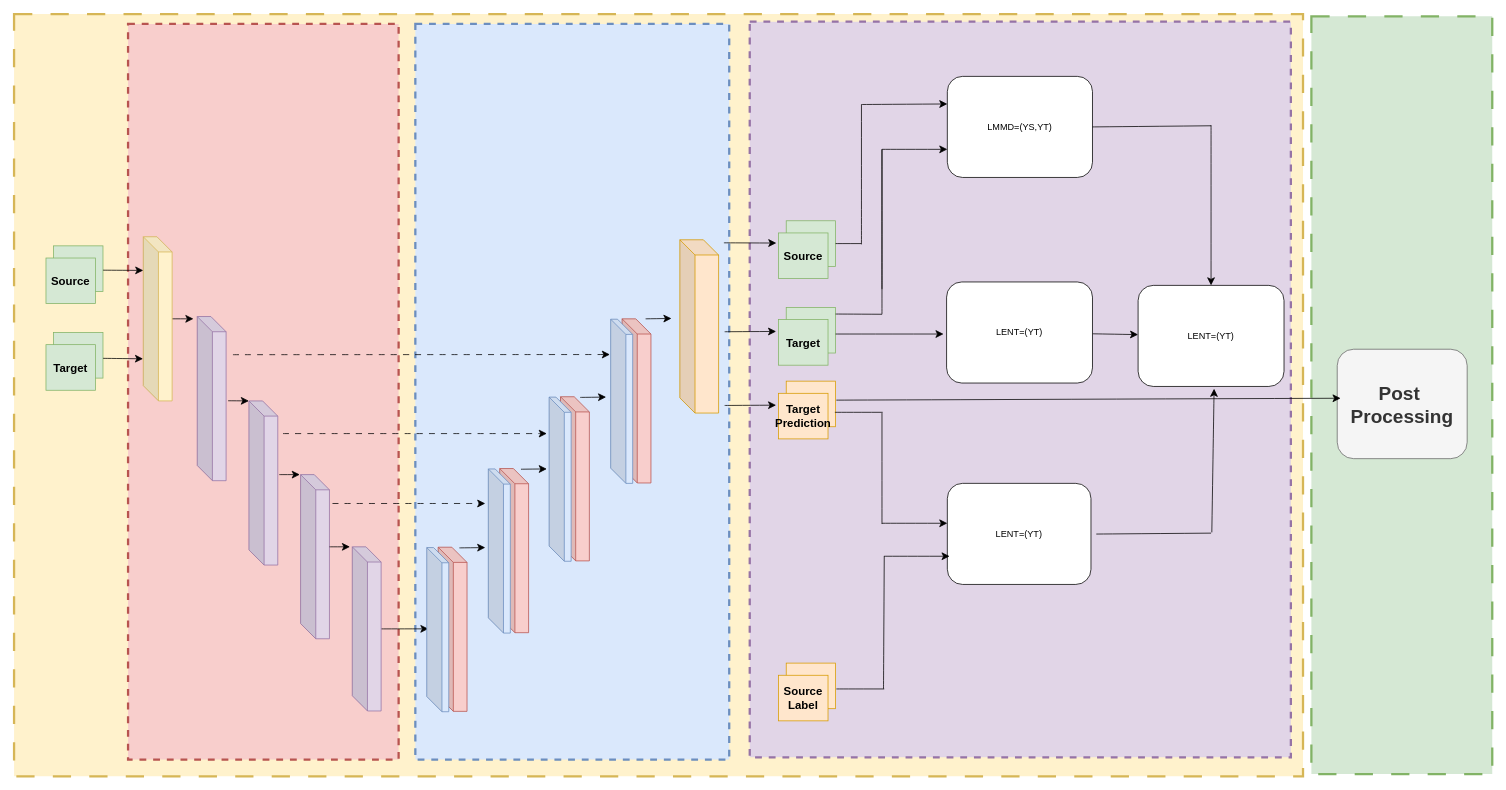
The draw.io diagram Spatina Net.drawio in Yingda-Yu/Spartina-Earth, before the edit. Source tidied: cells renumbered, new cells numbered last; positions are measured from the earlier drawing's top-left corner, leaving out a move shared by most shapes. Both pictures are drawn from the tidied source at 76%, with x=0, y=0 at pixel (14, 14).
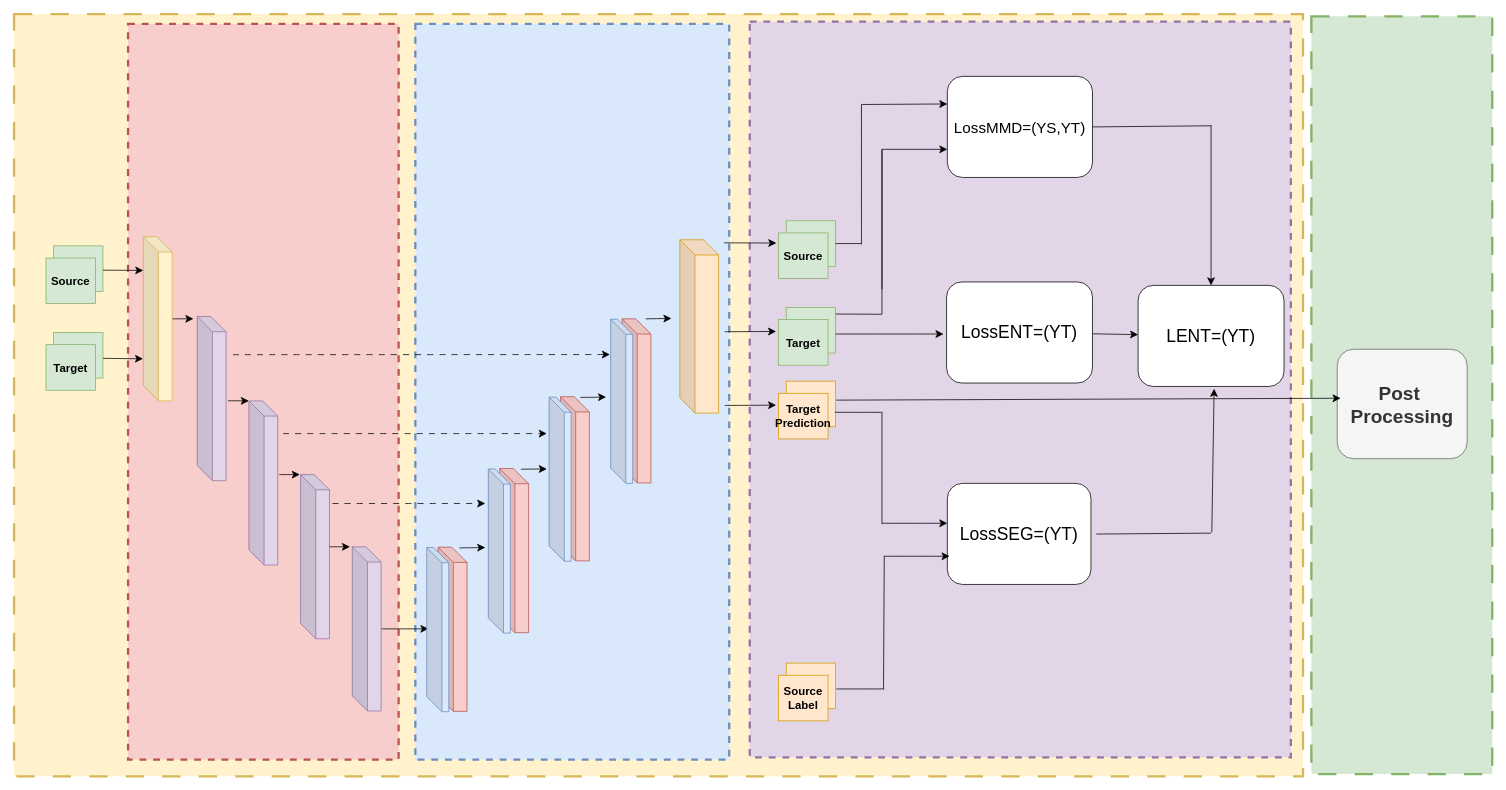
The same diagram, later.

Change to the diagram source:
```diff
@@
-    <mxCell id="47" value="LMMD=(YS,YT)" style="rounded=1;whiteSpace=wrap;html=1;" parent="1" vertex="1">
+    <mxCell id="47" value="&lt;font style=&quot;font-size: 20px;&quot;&gt;LossMMD=(YS,YT)&lt;/font&gt;" style="rounded=1;whiteSpace=wrap;html=1;" parent="1" vertex="1">
       <mxGeometry x="1228" y="82" width="191" height="133" as="geometry" />
     </mxCell>
@@
-    <mxCell id="56" value="LENT=(YT)" style="rounded=1;whiteSpace=wrap;html=1;" parent="1" vertex="1">
+    <mxCell id="56" value="&lt;font style=&quot;font-size: 23px;&quot;&gt;LossENT=(YT)&lt;/font&gt;" style="rounded=1;whiteSpace=wrap;html=1;" parent="1" vertex="1">
       <mxGeometry x="1227" y="352.5" width="192" height="133" as="geometry" />
     </mxCell>
@@
-    <mxCell id="59" value="LENT=(YT)" style="rounded=1;whiteSpace=wrap;html=1;" parent="1" vertex="1">
+    <mxCell id="59" value="&lt;font style=&quot;font-size: 23px;&quot;&gt;LossSEG=(YT)&lt;/font&gt;" style="rounded=1;whiteSpace=wrap;html=1;" parent="1" vertex="1">
       <mxGeometry x="1228" y="617.5" width="189" height="133" as="geometry" />
     </mxCell>
@@
-    <mxCell id="69" value="LENT=(YT)" style="rounded=1;whiteSpace=wrap;html=1;" parent="1" vertex="1">
+    <mxCell id="69" value="&lt;font style=&quot;font-size: 23px;&quot;&gt;LENT=(YT)&lt;/font&gt;" style="rounded=1;whiteSpace=wrap;html=1;" parent="1" vertex="1">
       <mxGeometry x="1479" y="357" width="192" height="133" as="geometry" />
     </mxCell>
```
